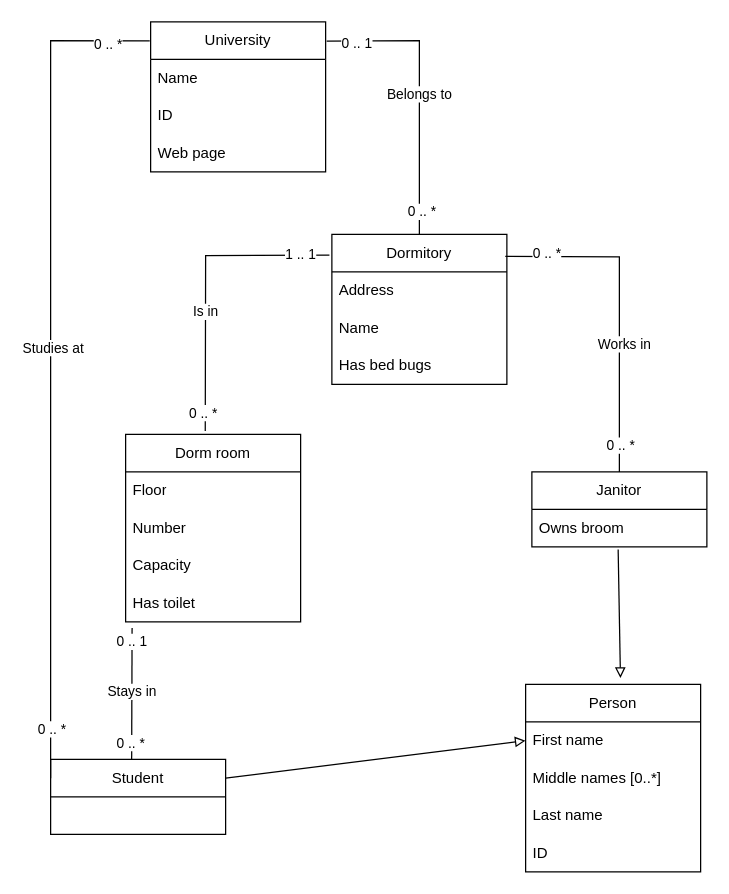
Earlier version of the draw.io diagram HW1/task1.drawio (OlcorOlcor/DataFormats). Source tidied: cells renumbered, new cells numbered last; positions are measured from the earlier drawing's top-left corner, leaving out a move shared by most shapes. Both pictures are drawn from the tidied source at 125%, with x=0, y=0 at pixel (50, 21).
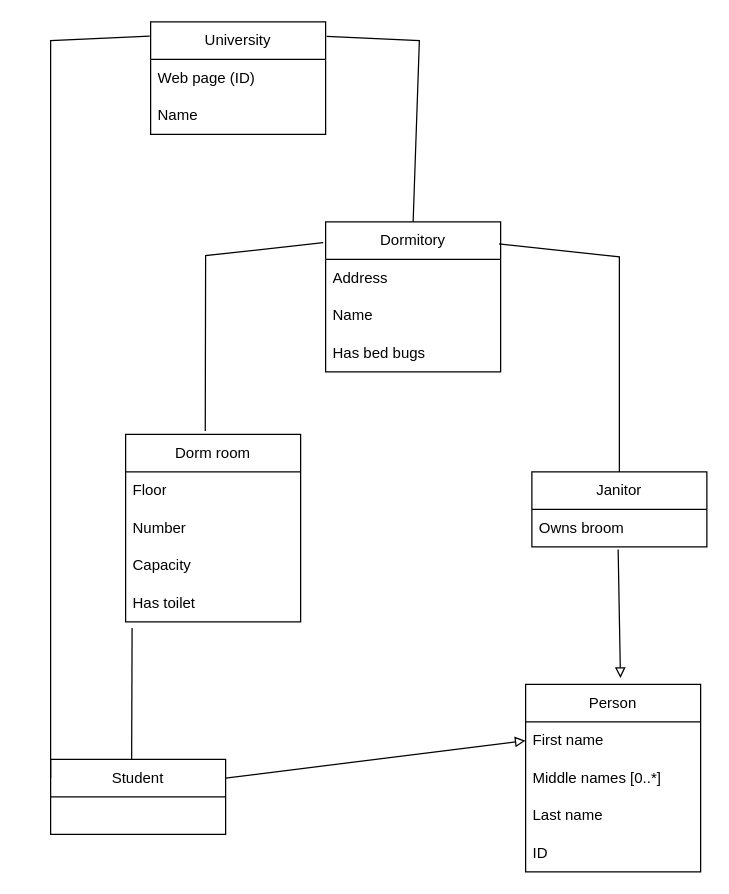
The same page after the edit.

Commit message (it also covers changes not shown here):
Update relation model in HW4

Unchanged cells that the change refers to:
```xml
<mxCell id="25" style="endArrow=none;html=1;rounded=0;exitX=0.991;exitY=0.147;exitDx=0;exitDy=0;entryX=0.5;entryY=0;entryDx=0;entryDy=0;exitPerimeter=0;" parent="1" edge="1" source="2" target="17">
  <mxGeometry relative="1" as="geometry">
    <Array as="points">
      <mxPoint x="455" y="188" />
    </Array>
  </mxGeometry>
</mxCell>
<mxCell id="29" style="endArrow=none;html=1;rounded=0;exitX=-0.014;exitY=0.138;exitDx=0;exitDy=0;exitPerimeter=0;entryX=0.455;entryY=-0.018;entryDx=0;entryDy=0;entryPerimeter=0;" parent="1" edge="1" source="2" target="6">
  <mxGeometry relative="1" as="geometry">
    <Array as="points">
      <mxPoint x="124" y="187" />
    </Array>
  </mxGeometry>
</mxCell>
<mxCell id="33" style="endArrow=none;html=1;rounded=0;exitX=0.5;exitY=0;exitDx=0;exitDy=0;entryX=1.006;entryY=0.129;entryDx=0;entryDy=0;entryPerimeter=0;" parent="1" edge="1" source="2" target="19">
  <mxGeometry relative="1" as="geometry">
    <Array as="points">
      <mxPoint x="295" y="15" />
    </Array>
  </mxGeometry>
</mxCell>
<mxCell id="37" style="endArrow=none;html=1;rounded=0;entryX=0.037;entryY=1.161;entryDx=0;entryDy=0;entryPerimeter=0;exitX=0.463;exitY=-0.001;exitDx=0;exitDy=0;exitPerimeter=0;" parent="1" edge="1" source="16" target="10">
  <mxGeometry relative="1" as="geometry" />
</mxCell>
<mxCell id="41" style="endArrow=none;html=1;rounded=0;entryX=-0.005;entryY=0.126;entryDx=0;entryDy=0;entryPerimeter=0;exitX=0;exitY=0.25;exitDx=0;exitDy=0;" parent="1" edge="1" source="16" target="19">
  <mxGeometry relative="1" as="geometry">
    <Array as="points">
      <mxPoint y="15" />
    </Array>
  </mxGeometry>
</mxCell>
```

Diff of the diagram source:
```diff
@@
     <mxCell id="2" value="Dormitory" style="swimlane;fontStyle=0;horizontal=1;startSize=30;whiteSpace=wrap;html=1;" parent="1" vertex="1">
-      <mxGeometry x="225" y="170" width="140" height="120" as="geometry" />
+      <mxGeometry x="220" y="160" width="140" height="120" as="geometry" />
     </mxCell>
@@
     <mxCell id="19" value="University" style="swimlane;fontStyle=0;horizontal=1;startSize=30;whiteSpace=wrap;html=1;" parent="1" vertex="1">
-      <mxGeometry x="80" width="140" height="120" as="geometry" />
+      <mxGeometry x="80" width="140" height="90" as="geometry" />
     </mxCell>
+    <mxCell id="22" value="Web page (ID)" style="text;strokeColor=none;fillColor=none;align=left;verticalAlign=middle;spacingLeft=4;spacingRight=4;overflow=hidden;whiteSpace=wrap;html=1;" parent="19" vertex="1">
+      <mxGeometry y="30" width="140" height="30" as="geometry" />
+    </mxCell>
     <mxCell id="20" value="Name" style="text;strokeColor=none;fillColor=none;align=left;verticalAlign=middle;spacingLeft=4;spacingRight=4;overflow=hidden;whiteSpace=wrap;html=1;" parent="19" vertex="1">
-      <mxGeometry y="30" width="140" height="30" as="geometry" />
+      <mxGeometry y="60" width="140" height="30" as="geometry" />
     </mxCell>
-    <mxCell id="21" value="ID" style="text;strokeColor=none;fillColor=none;align=left;verticalAlign=middle;spacingLeft=4;spacingRight=4;overflow=hidden;whiteSpace=wrap;html=1;" parent="19" vertex="1">
-      <mxGeometry y="60" width="140" height="30" as="geometry" />
-    </mxCell>
-    <mxCell id="22" value="Web page" style="text;strokeColor=none;fillColor=none;align=left;verticalAlign=middle;spacingLeft=4;spacingRight=4;overflow=hidden;whiteSpace=wrap;html=1;" parent="19" vertex="1">
-      <mxGeometry y="90" width="140" height="30" as="geometry" />
-    </mxCell>
@@
-    <mxCell id="26" value="0 .. *" style="edgeLabel;html=1;align=center;verticalAlign=middle;" parent="25" vertex="1">
-      <mxGeometry x="-0.75" y="3" relative="1" as="geometry" />
-    </mxCell>
-    <mxCell id="27" value="Works in" style="edgeLabel;html=1;align=center;verticalAlign=middle;" parent="25" vertex="1">
-      <mxGeometry x="0.22" y="3" relative="1" as="geometry" />
-    </mxCell>
-    <mxCell id="28" value="0 .. *" style="edgeLabel;html=1;align=center;verticalAlign=middle;" parent="25" vertex="1">
-      <mxGeometry x="0.84" relative="1" as="geometry" />
-    </mxCell>
@@
-    <mxCell id="30" value="Is in" style="edgeLabel;html=1;align=center;verticalAlign=middle;" parent="29" vertex="1">
-      <mxGeometry x="0.2" relative="1" as="geometry" />
-    </mxCell>
-    <mxCell id="31" value="1 .. 1" style="edgeLabel;html=1;align=center;verticalAlign=middle;" parent="29" vertex="1">
-      <mxGeometry x="-0.8" y="-1" relative="1" as="geometry" />
-    </mxCell>
-    <mxCell id="32" value="0 .. *" style="edgeLabel;html=1;align=center;verticalAlign=middle;" parent="29" vertex="1">
-      <mxGeometry x="0.88" y="-2" relative="1" as="geometry" />
-    </mxCell>
@@
-    <mxCell id="34" value="0 .. 1" style="edgeLabel;html=1;align=center;verticalAlign=middle;" parent="33" vertex="1">
-      <mxGeometry x="0.8" y="1" relative="1" as="geometry" />
-    </mxCell>
-    <mxCell id="35" value="Belongs to" style="edgeLabel;html=1;align=center;verticalAlign=middle;" parent="33" vertex="1">
-      <mxGeometry x="-0.01" y="1" relative="1" as="geometry" />
-    </mxCell>
-    <mxCell id="36" value="0 .. *" style="edgeLabel;html=1;align=center;verticalAlign=middle;" parent="33" vertex="1">
-      <mxGeometry x="-0.83" y="-1" relative="1" as="geometry" />
-    </mxCell>
@@
-    <mxCell id="38" value="Stays in" style="edgeLabel;html=1;align=center;verticalAlign=middle;" parent="37" vertex="1">
-      <mxGeometry x="0.03" y="1" relative="1" as="geometry" />
-    </mxCell>
-    <mxCell id="39" value="0 .. 1" style="edgeLabel;html=1;align=center;verticalAlign=middle;" parent="37" vertex="1">
-      <mxGeometry x="0.67" y="1" relative="1" as="geometry">
-        <mxPoint y="-6" as="offset" />
-      </mxGeometry>
-    </mxCell>
-    <mxCell id="40" value="0 .. *" style="edgeLabel;html=1;align=center;verticalAlign=middle;" parent="37" vertex="1">
-      <mxGeometry x="-0.7" y="1" relative="1" as="geometry">
-        <mxPoint y="3" as="offset" />
-      </mxGeometry>
-    </mxCell>
@@
-    <mxCell id="42" value="Studies at" style="edgeLabel;html=1;align=center;verticalAlign=middle;" parent="41" vertex="1">
-      <mxGeometry x="0.03" y="-1" relative="1" as="geometry" />
-    </mxCell>
-    <mxCell id="43" value="0 .. *" style="edgeLabel;html=1;align=center;verticalAlign=middle;" parent="41" vertex="1">
-      <mxGeometry x="0.9" y="-2" relative="1" as="geometry" />
-    </mxCell>
-    <mxCell id="44" value="0 .. *" style="edgeLabel;html=1;align=center;verticalAlign=middle;" parent="41" vertex="1">
-      <mxGeometry x="-0.88" relative="1" as="geometry" />
-    </mxCell>
```
